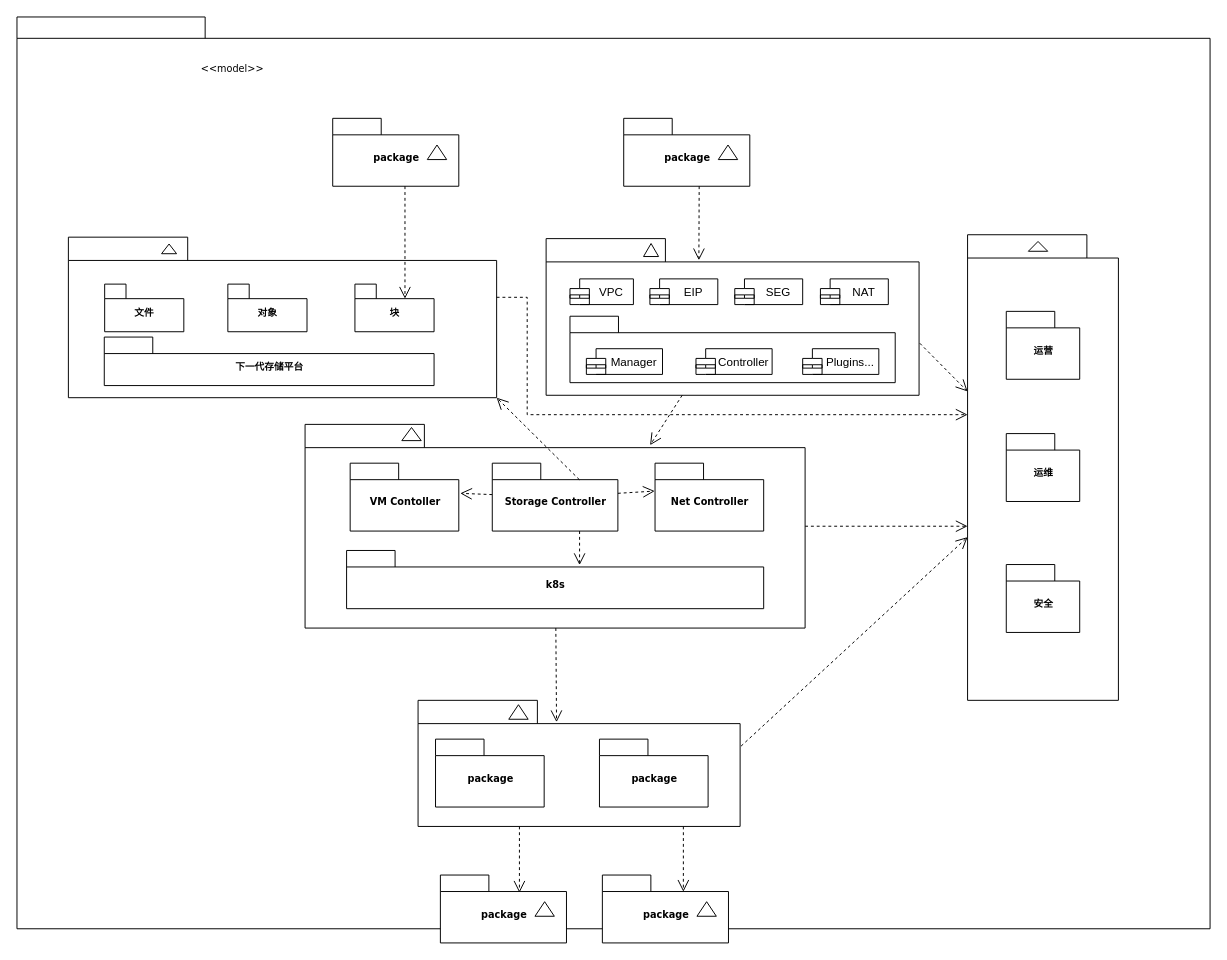
Before: Untitled Diagram.drawio in superleo/book, a draw.io diagram. Source tidied: cells renumbered, new cells numbered last; positions are measured from the earlier drawing's top-left corner, leaving out a move shared by most shapes. Both pictures are drawn from the tidied source at 97%, with x=0, y=0 at pixel (16, 16).
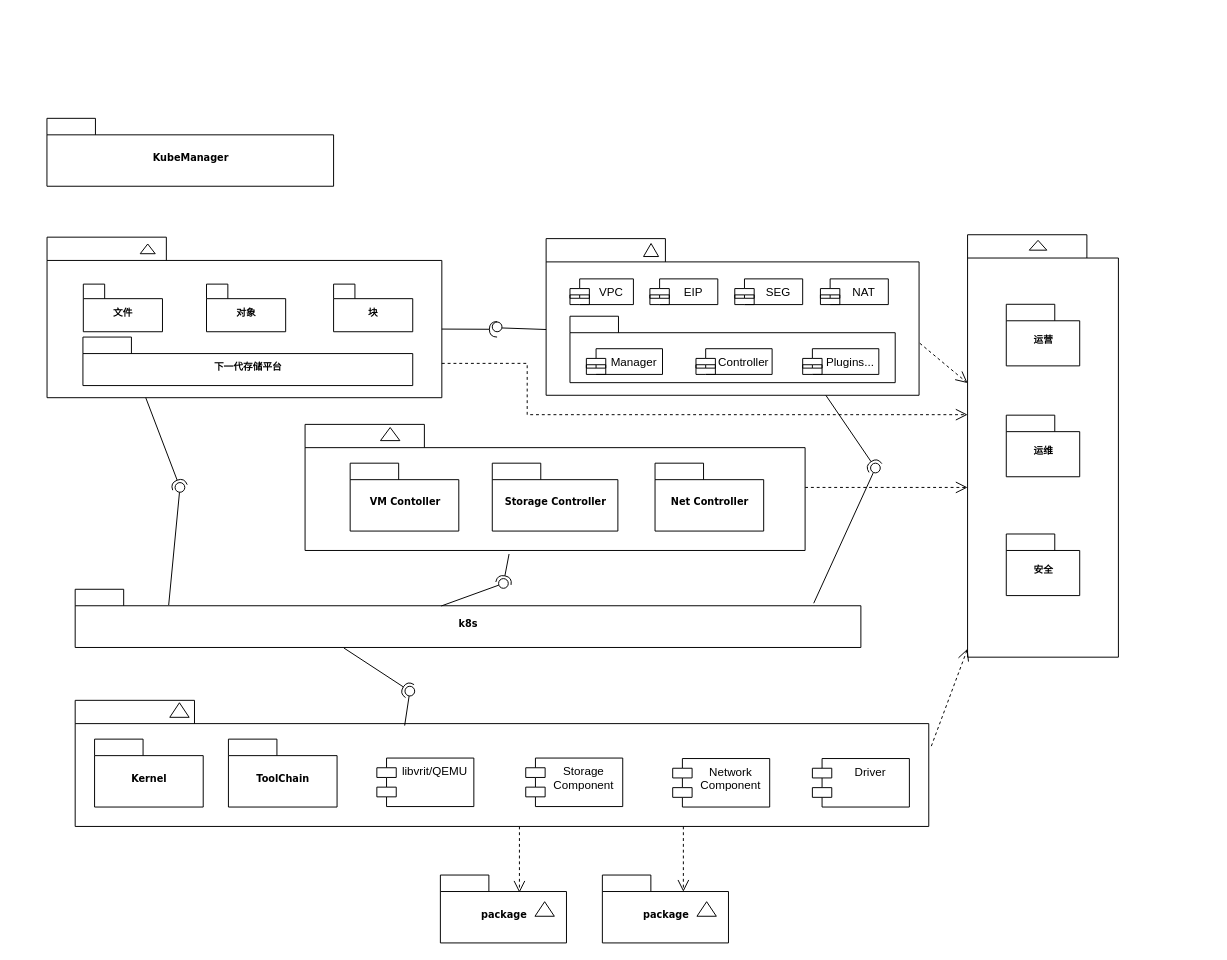
The same diagram, later.

Unchanged cells that the change refers to:
```xml
<mxCell id="15" value="块" style="shape=folder;fontStyle=1;spacingTop=10;tabWidth=22;tabHeight=15;tabPosition=left;html=1;rounded=0;shadow=0;comic=0;labelBackgroundColor=none;strokeWidth=1;fontFamily=Verdana;fontSize=10;align=center;" parent="9" vertex="1">
  <mxGeometry x="288.4" y="50.9" width="81.6" height="49.1" as="geometry" />
</mxCell>
<mxCell id="17" style="shape=folder;fontStyle=1;spacingTop=10;tabWidth=123;tabHeight=24;tabPosition=left;html=1;rounded=0;shadow=0;comic=0;labelBackgroundColor=none;strokeWidth=1;fontFamily=Verdana;fontSize=10;align=center;" parent="16" vertex="1">
  <mxGeometry width="384.5" height="161.5" as="geometry" />
</mxCell>
<mxCell id="40" value="Storage Controller" style="shape=folder;fontStyle=1;spacingTop=10;tabWidth=50;tabHeight=17;tabPosition=left;html=1;rounded=0;shadow=0;comic=0;labelBackgroundColor=none;strokeColor=#000000;strokeWidth=1;fillColor=#ffffff;fontFamily=Verdana;fontSize=10;fontColor=#000000;align=center;" parent="1" vertex="1">
  <mxGeometry x="490" y="460" width="129.5" height="70" as="geometry" />
</mxCell>
<mxCell id="41" value="VM Contoller" style="shape=folder;fontStyle=1;spacingTop=10;tabWidth=50;tabHeight=17;tabPosition=left;html=1;rounded=0;shadow=0;comic=0;labelBackgroundColor=none;strokeColor=#000000;strokeWidth=1;fillColor=#ffffff;fontFamily=Verdana;fontSize=10;fontColor=#000000;align=center;" parent="1" vertex="1">
  <mxGeometry x="343.5" y="460" width="112" height="70" as="geometry" />
</mxCell>
<mxCell id="43" value="Net Controller" style="shape=folder;fontStyle=1;spacingTop=10;tabWidth=50;tabHeight=17;tabPosition=left;html=1;rounded=0;shadow=0;comic=0;labelBackgroundColor=none;strokeColor=#000000;strokeWidth=1;fillColor=#ffffff;fontFamily=Verdana;fontSize=10;fontColor=#000000;align=center;" parent="1" vertex="1">
  <mxGeometry x="657.8" y="460" width="112" height="70" as="geometry" />
</mxCell>
```

Diff of the diagram source:
```diff
@@
-    <mxCell id="2" style="shape=folder;fontStyle=1;spacingTop=10;tabWidth=194;tabHeight=22;tabPosition=left;html=1;rounded=0;shadow=0;comic=0;labelBackgroundColor=none;strokeWidth=1;fillColor=none;fontFamily=Verdana;fontSize=10;align=center;" parent="1" vertex="1">
-      <mxGeometry width="1230" height="940" as="geometry" />
-    </mxCell>
     <mxCell id="3" style="group;" parent="1" vertex="1">
-      <mxGeometry x="325.5" y="104.5" width="130" height="70" as="geometry" />
+      <mxGeometry x="30.9" y="104.5" width="295.5" height="70" as="geometry" />
     </mxCell>
-    <mxCell id="4" value="package" style="shape=folder;fontStyle=1;spacingTop=10;tabWidth=50;tabHeight=17;tabPosition=left;html=1;rounded=0;shadow=0;comic=0;labelBackgroundColor=none;strokeWidth=1;fontFamily=Verdana;fontSize=10;align=center;" parent="3" vertex="1">
-      <mxGeometry width="130" height="70" as="geometry" />
+    <mxCell id="4" value="KubeManager" style="shape=folder;fontStyle=1;spacingTop=10;tabWidth=50;tabHeight=17;tabPosition=left;html=1;rounded=0;shadow=0;comic=0;labelBackgroundColor=none;strokeWidth=1;fontFamily=Verdana;fontSize=10;align=center;" parent="3" vertex="1">
+      <mxGeometry width="295.5" height="70" as="geometry" />
     </mxCell>
-    <mxCell id="5" style="triangle;whiteSpace=wrap;html=1;rounded=0;shadow=0;comic=0;labelBackgroundColor=none;strokeWidth=1;fontFamily=Verdana;fontSize=10;align=center;rotation=-90;" parent="3" vertex="1">
-      <mxGeometry x="100" y="25" width="15" height="20" as="geometry" />
-    </mxCell>
-    <mxCell id="6" style="group;" parent="1" vertex="1">
-      <mxGeometry x="625.5" y="104.5" width="130" height="70" as="geometry" />
-    </mxCell>
-    <mxCell id="7" value="package" style="shape=folder;fontStyle=1;spacingTop=10;tabWidth=50;tabHeight=17;tabPosition=left;html=1;rounded=0;shadow=0;comic=0;labelBackgroundColor=none;strokeWidth=1;fontFamily=Verdana;fontSize=10;align=center;" parent="6" vertex="1">
-      <mxGeometry width="130" height="70" as="geometry" />
-    </mxCell>
-    <mxCell id="8" style="triangle;whiteSpace=wrap;html=1;rounded=0;shadow=0;comic=0;labelBackgroundColor=none;strokeWidth=1;fontFamily=Verdana;fontSize=10;align=center;rotation=-90;" parent="6" vertex="1">
-      <mxGeometry x="100" y="25" width="15" height="20" as="geometry" />
-    </mxCell>
     <mxCell id="9" style="group;" parent="1" vertex="1">
-      <mxGeometry x="60" y="224.5" width="441.5" height="165.5" as="geometry" />
+      <mxGeometry x="38" y="224.5" width="462" height="168.1" as="geometry" />
     </mxCell>
     <mxCell id="10" style="shape=folder;fontStyle=1;spacingTop=10;tabWidth=123;tabHeight=24;tabPosition=left;html=1;rounded=0;shadow=0;comic=0;labelBackgroundColor=none;strokeWidth=1;fontFamily=Verdana;fontSize=10;align=center;" parent="9" vertex="1">
-      <mxGeometry x="-7" y="2.5" width="441.5" height="165.5" as="geometry" />
+      <mxGeometry x="-7" y="2.5" width="407" height="165.5" as="geometry" />
     </mxCell>
@@
+    <mxCell id="65" style="rounded=0;jettySize=auto;html=1;endArrow=halfCircle;endFill=0;endSize=6;strokeWidth=1;exitX=0;exitY=0;exitDx=407;exitDy=94.74999999999999;exitPerimeter=0;" parent="9" edge="1" source="10">
+      <mxGeometry relative="1" as="geometry">
+        <mxPoint x="457" y="97.5" as="targetPoint" />
+      </mxGeometry>
+    </mxCell>
+    <mxCell id="66" style="ellipse;whiteSpace=wrap;html=1;fontFamily=Helvetica;fontSize=12;fontColor=#000000;align=center;strokeColor=#000000;fillColor=#ffffff;" parent="9" vertex="1">
+      <mxGeometry x="452" y="90" width="10" height="10" as="geometry" />
+    </mxCell>
@@
     <mxCell id="27" style="group;" parent="1" vertex="1">
-      <mxGeometry x="980" y="224.5" width="155.5" height="480" as="geometry" />
+      <mxGeometry x="980" y="224.5" width="155.5" height="435.5" as="geometry" />
     </mxCell>
     <mxCell id="28" style="group;" parent="27" vertex="1">
-      <mxGeometry width="155.5" height="480" as="geometry" />
+      <mxGeometry width="155.5" height="435.5" as="geometry" />
     </mxCell>
     <mxCell id="29" style="shape=folder;fontStyle=1;spacingTop=10;tabWidth=123;tabHeight=24;tabPosition=left;html=1;rounded=0;shadow=0;comic=0;labelBackgroundColor=none;strokeWidth=1;fontFamily=Verdana;fontSize=10;align=center;" parent="28" vertex="1">
-      <mxGeometry width="155.5" height="480" as="geometry" />
+      <mxGeometry width="155.5" height="435.5" as="geometry" />
     </mxCell>
     <mxCell id="30" style="triangle;whiteSpace=wrap;html=1;rounded=0;shadow=0;comic=0;labelBackgroundColor=none;strokeWidth=1;fontFamily=Verdana;fontSize=10;align=center;rotation=-90;" parent="28" vertex="1">
-      <mxGeometry x="67.6" y="2" width="10.1" height="20" as="geometry" />
+      <mxGeometry x="67.6" y="1.8" width="10.1" height="18.1" as="geometry" />
     </mxCell>
     <mxCell id="31" value="运营" style="shape=folder;fontStyle=1;spacingTop=10;tabWidth=50;tabHeight=17;tabPosition=left;html=1;rounded=0;shadow=0;comic=0;labelBackgroundColor=none;strokeWidth=1;fontFamily=Verdana;fontSize=10;align=center;" parent="28" vertex="1">
-      <mxGeometry x="39.9" y="79" width="75.7" height="70" as="geometry" />
+      <mxGeometry x="39.9" y="71.7" width="75.7" height="63.5" as="geometry" />
     </mxCell>
     <mxCell id="32" value="运维" style="shape=folder;fontStyle=1;spacingTop=10;tabWidth=50;tabHeight=17;tabPosition=left;html=1;rounded=0;shadow=0;comic=0;labelBackgroundColor=none;strokeWidth=1;fontFamily=Verdana;fontSize=10;align=center;" parent="28" vertex="1">
-      <mxGeometry x="39.9" y="205" width="75.7" height="70" as="geometry" />
+      <mxGeometry x="39.9" y="186" width="75.7" height="63.5" as="geometry" />
     </mxCell>
     <mxCell id="33" value="安全" style="shape=folder;fontStyle=1;spacingTop=10;tabWidth=50;tabHeight=17;tabPosition=left;html=1;rounded=0;shadow=0;comic=0;labelBackgroundColor=none;strokeWidth=1;fontFamily=Verdana;fontSize=10;align=center;" parent="28" vertex="1">
-      <mxGeometry x="39.9" y="340" width="75.7" height="70" as="geometry" />
+      <mxGeometry x="39.9" y="308.5" width="75.7" height="63.5" as="geometry" />
     </mxCell>
-    <mxCell id="34" style="edgeStyle=none;rounded=0;html=1;entryX=0.43;entryY=0.173;entryPerimeter=0;dashed=1;labelBackgroundColor=none;startFill=0;endArrow=open;endFill=0;endSize=10;fontFamily=Verdana;fontSize=10;" parent="1" edge="1" source="36" target="47">
-      <mxGeometry relative="1" as="geometry" />
-    </mxCell>
@@
     <mxCell id="36" style="shape=folder;fontStyle=1;spacingTop=10;tabWidth=123;tabHeight=24;tabPosition=left;html=1;rounded=0;shadow=0;comic=0;labelBackgroundColor=none;strokeColor=#000000;strokeWidth=1;fillColor=#ffffff;fontFamily=Verdana;fontSize=10;fontColor=#000000;align=center;" parent="1" vertex="1">
-      <mxGeometry x="297" y="420" width="515.5" height="210" as="geometry" />
+      <mxGeometry x="297" y="420" width="515.5" height="130" as="geometry" />
     </mxCell>
-    <mxCell id="37" style="edgeStyle=elbowEdgeStyle;rounded=0;html=1;entryX=0.559;entryY=0.251;entryPerimeter=0;dashed=1;labelBackgroundColor=none;startFill=0;endArrow=open;endFill=0;endSize=10;fontFamily=Verdana;fontSize=10;" parent="1" edge="1" source="40" target="42">
-      <mxGeometry relative="1" as="geometry" />
-    </mxCell>
-    <mxCell id="38" style="edgeStyle=none;rounded=0;html=1;dashed=1;labelBackgroundColor=none;startFill=0;endArrow=open;endFill=0;endSize=10;fontFamily=Verdana;fontSize=10;entryX=-0.003;entryY=0.411;entryPerimeter=0;" parent="1" edge="1" source="40" target="43">
-      <mxGeometry relative="1" as="geometry" />
-    </mxCell>
-    <mxCell id="39" style="edgeStyle=none;rounded=0;html=1;dashed=1;labelBackgroundColor=none;startFill=0;endArrow=open;endFill=0;endSize=10;fontFamily=Verdana;fontSize=10;entryX=1.013;entryY=0.444;entryPerimeter=0;" parent="1" edge="1" source="40" target="41">
-      <mxGeometry relative="1" as="geometry" />
-    </mxCell>
@@
-    <mxCell id="42" value="k8s" style="shape=folder;fontStyle=1;spacingTop=10;tabWidth=50;tabHeight=17;tabPosition=left;html=1;rounded=0;shadow=0;comic=0;labelBackgroundColor=none;strokeColor=#000000;strokeWidth=1;fillColor=#ffffff;fontFamily=Verdana;fontSize=10;fontColor=#000000;align=center;" parent="1" vertex="1">
-      <mxGeometry x="339.8" y="550" width="430" height="60" as="geometry" />
-    </mxCell>
@@
     <mxCell id="47" style="shape=folder;fontStyle=1;spacingTop=10;tabWidth=123;tabHeight=24;tabPosition=left;html=1;rounded=0;shadow=0;comic=0;labelBackgroundColor=none;strokeWidth=1;fontFamily=Verdana;fontSize=10;align=center;" parent="1" vertex="1">
-      <mxGeometry x="413.5" y="704.5" width="332" height="130" as="geometry" />
+      <mxGeometry x="60" y="704.5" width="880" height="130" as="geometry" />
     </mxCell>
     <mxCell id="48" style="triangle;whiteSpace=wrap;html=1;rounded=0;shadow=0;comic=0;labelBackgroundColor=none;strokeWidth=1;fontFamily=Verdana;fontSize=10;align=center;rotation=-90;" parent="1" vertex="1">
-      <mxGeometry x="509.5" y="706.5" width="15" height="20" as="geometry" />
+      <mxGeometry x="160" y="704.5" width="15" height="20" as="geometry" />
     </mxCell>
-    <mxCell id="49" value="package" style="shape=folder;fontStyle=1;spacingTop=10;tabWidth=50;tabHeight=17;tabPosition=left;html=1;rounded=0;shadow=0;comic=0;labelBackgroundColor=none;strokeWidth=1;fontFamily=Verdana;fontSize=10;align=center;" parent="1" vertex="1">
-      <mxGeometry x="431.5" y="744.5" width="112" height="70" as="geometry" />
+    <mxCell id="49" value="Kernel" style="shape=folder;fontStyle=1;spacingTop=10;tabWidth=50;tabHeight=17;tabPosition=left;html=1;rounded=0;shadow=0;comic=0;labelBackgroundColor=none;strokeWidth=1;fontFamily=Verdana;fontSize=10;align=center;" parent="1" vertex="1">
+      <mxGeometry x="80" y="744.5" width="112" height="70" as="geometry" />
     </mxCell>
-    <mxCell id="50" value="package" style="shape=folder;fontStyle=1;spacingTop=10;tabWidth=50;tabHeight=17;tabPosition=left;html=1;rounded=0;shadow=0;comic=0;labelBackgroundColor=none;strokeWidth=1;fontFamily=Verdana;fontSize=10;align=center;" parent="1" vertex="1">
-      <mxGeometry x="600.5" y="744.5" width="112" height="70" as="geometry" />
+    <mxCell id="50" value="ToolChain" style="shape=folder;fontStyle=1;spacingTop=10;tabWidth=50;tabHeight=17;tabPosition=left;html=1;rounded=0;shadow=0;comic=0;labelBackgroundColor=none;strokeWidth=1;fontFamily=Verdana;fontSize=10;align=center;" parent="1" vertex="1">
+      <mxGeometry x="218" y="744.5" width="112" height="70" as="geometry" />
     </mxCell>
     <mxCell id="51" style="triangle;whiteSpace=wrap;html=1;rounded=0;shadow=0;comic=0;labelBackgroundColor=none;strokeColor=#000000;strokeWidth=1;fillColor=#ffffff;fontFamily=Verdana;fontSize=10;fontColor=#000000;align=center;rotation=-90;" parent="1" vertex="1">
-      <mxGeometry x="400" y="420" width="13.5" height="20" as="geometry" />
+      <mxGeometry x="378" y="420" width="13.5" height="20" as="geometry" />
     </mxCell>
@@
-    <mxCell id="58" style="rounded=0;html=1;dashed=1;labelBackgroundColor=none;startFill=0;endArrow=open;endFill=0;endSize=10;fontFamily=Verdana;fontSize=10;entryX=0;entryY=0;entryPerimeter=0;edgeStyle=elbowEdgeStyle;entryDx=51.809999999999995;entryDy=15;" parent="1" edge="1" source="4" target="15">
-      <mxGeometry relative="1" as="geometry" />
-    </mxCell>
-    <mxCell id="59" style="rounded=0;html=1;dashed=1;labelBackgroundColor=none;startFill=0;endArrow=open;endFill=0;endSize=10;fontFamily=Verdana;fontSize=10;entryX=0.592;entryY=0.2;entryPerimeter=0;edgeStyle=elbowEdgeStyle;" parent="1" edge="1">
-      <mxGeometry relative="1" as="geometry">
-        <mxPoint x="703.3" y="174.5" as="sourcePoint" />
-        <mxPoint x="703.3" y="250.8" as="targetPoint" />
-      </mxGeometry>
-    </mxCell>
-    <mxCell id="60" style="rounded=0;html=1;entryX=0;entryY=0;entryPerimeter=0;dashed=1;labelBackgroundColor=none;startFill=0;endArrow=open;endFill=0;endSize=10;fontFamily=Verdana;fontSize=10;exitX=0;exitY=0;exitDx=89.75;exitDy=17;exitPerimeter=0;entryDx=441.5;entryDy=165.49999999999997;" parent="1" edge="1" source="40" target="10">
-      <mxGeometry relative="1" as="geometry" />
-    </mxCell>
-    <mxCell id="61" style="edgeStyle=none;rounded=0;html=1;entryX=0.69;entryY=0.102;entryPerimeter=0;dashed=1;labelBackgroundColor=none;startFill=0;endArrow=open;endFill=0;endSize=10;fontFamily=Verdana;fontSize=10;" parent="1" edge="1" source="17" target="36">
-      <mxGeometry relative="1" as="geometry" />
-    </mxCell>
@@
-    <mxCell id="63" style="edgeStyle=orthogonalEdgeStyle;rounded=0;html=1;dashed=1;labelBackgroundColor=none;startFill=0;endArrow=open;endFill=0;endSize=10;fontFamily=Verdana;fontSize=10;" parent="1" edge="1" source="10" target="29">
+    <mxCell id="63" style="edgeStyle=orthogonalEdgeStyle;rounded=0;html=1;dashed=1;labelBackgroundColor=none;startFill=0;endArrow=open;endFill=0;endSize=10;fontFamily=Verdana;fontSize=10;exitX=0;exitY=0;exitDx=407;exitDy=130.12499999999997;exitPerimeter=0;" parent="1" edge="1" source="10" target="29">
       <mxGeometry relative="1" as="geometry">
         <Array as="points">
-          <mxPoint x="526" y="289" />
+          <mxPoint x="526" y="357" />
           <mxPoint x="526" y="410" />
         </Array>
       </mxGeometry>
     </mxCell>
-    <mxCell id="64" value="&amp;lt;&amp;lt;model&amp;gt;&amp;gt;" style="text;html=1;align=left;verticalAlign=top;spacingTop=-4;fontSize=10;fontFamily=Verdana;" parent="1" vertex="1">
-      <mxGeometry x="187.5" y="44.5" width="130" height="20" as="geometry" />
-    </mxCell>
+    <mxCell id="42" value="k8s" style="shape=folder;fontStyle=1;spacingTop=10;tabWidth=50;tabHeight=17;tabPosition=left;html=1;rounded=0;shadow=0;comic=0;labelBackgroundColor=none;strokeColor=#000000;strokeWidth=1;fillColor=#ffffff;fontFamily=Verdana;fontSize=10;fontColor=#000000;align=center;" parent="1" vertex="1">
+      <mxGeometry x="60" y="590" width="810" height="60" as="geometry" />
+    </mxCell>
+    <mxCell id="67" style="rounded=0;jettySize=auto;html=1;endArrow=none;endFill=0;exitX=0.466;exitY=0.287;exitDx=0;exitDy=0;exitPerimeter=0;" parent="1" edge="1" source="42" target="69">
+      <mxGeometry relative="1" as="geometry" />
+    </mxCell>
+    <mxCell id="68" style="rounded=0;jettySize=auto;html=1;endArrow=halfCircle;endFill=0;entryX=0.5;entryY=0.5;entryDx=0;entryDy=0;endSize=6;strokeWidth=1;exitX=0.408;exitY=1.028;exitDx=0;exitDy=0;exitPerimeter=0;" parent="1" edge="1" source="36" target="69">
+      <mxGeometry relative="1" as="geometry" />
+    </mxCell>
+    <mxCell id="69" style="ellipse;whiteSpace=wrap;html=1;fontFamily=Helvetica;fontSize=12;fontColor=#000000;align=center;strokeColor=#000000;fillColor=#ffffff;points=[];" parent="1" vertex="1">
+      <mxGeometry x="496.5" y="579" width="10" height="10" as="geometry" />
+    </mxCell>
+    <mxCell id="70" value="libvrit/QEMU" style="shape=module;align=left;spacingLeft=20;align=center;verticalAlign=top;" parent="1" vertex="1">
+      <mxGeometry x="371" y="764" width="100" height="50" as="geometry" />
+    </mxCell>
+    <mxCell id="71" value="Storage&#10;Component" style="shape=module;align=left;spacingLeft=20;align=center;verticalAlign=top;" parent="1" vertex="1">
+      <mxGeometry x="524.5" y="764" width="100" height="50" as="geometry" />
+    </mxCell>
+    <mxCell id="72" value="Network&#10;Component" style="shape=module;align=left;spacingLeft=20;align=center;verticalAlign=top;" parent="1" vertex="1">
+      <mxGeometry x="676" y="764.5" width="100" height="50" as="geometry" />
+    </mxCell>
+    <mxCell id="73" value="Driver" style="shape=module;align=left;spacingLeft=20;align=center;verticalAlign=top;" parent="1" vertex="1">
+      <mxGeometry x="820" y="764.5" width="100" height="50" as="geometry" />
+    </mxCell>
+    <mxCell id="74" style="rounded=0;jettySize=auto;html=1;endArrow=none;endFill=0;exitX=0.386;exitY=0.2;exitDx=0;exitDy=0;exitPerimeter=0;" parent="1" edge="1" source="47" target="76">
+      <mxGeometry relative="1" as="geometry" />
+    </mxCell>
+    <mxCell id="75" style="rounded=0;jettySize=auto;html=1;endArrow=halfCircle;endFill=0;entryX=0.5;entryY=0.5;entryDx=0;entryDy=0;endSize=6;strokeWidth=1;exitX=0.342;exitY=1.009;exitDx=0;exitDy=0;exitPerimeter=0;" parent="1" edge="1" source="42" target="76">
+      <mxGeometry relative="1" as="geometry" />
+    </mxCell>
+    <mxCell id="76" style="ellipse;whiteSpace=wrap;html=1;fontFamily=Helvetica;fontSize=12;fontColor=#000000;align=center;strokeColor=#000000;fillColor=#ffffff;points=[];" parent="1" vertex="1">
+      <mxGeometry x="400" y="690" width="10" height="10" as="geometry" />
+    </mxCell>
+    <mxCell id="77" style="rounded=0;jettySize=auto;html=1;endArrow=none;endFill=0;exitX=0.119;exitY=0.272;exitDx=0;exitDy=0;exitPerimeter=0;" parent="1" edge="1" source="42" target="79">
+      <mxGeometry relative="1" as="geometry" />
+    </mxCell>
+    <mxCell id="78" style="rounded=0;jettySize=auto;html=1;endArrow=halfCircle;endFill=0;entryX=0.5;entryY=0.5;entryDx=0;entryDy=0;endSize=6;strokeWidth=1;exitX=0.25;exitY=1;exitDx=0;exitDy=0;exitPerimeter=0;" parent="1" edge="1" source="10" target="79">
+      <mxGeometry relative="1" as="geometry" />
+    </mxCell>
+    <mxCell id="79" style="ellipse;whiteSpace=wrap;html=1;fontFamily=Helvetica;fontSize=12;fontColor=#000000;align=center;strokeColor=#000000;fillColor=#ffffff;points=[];" parent="1" vertex="1">
+      <mxGeometry x="163" y="480" width="10" height="10" as="geometry" />
+    </mxCell>
+    <mxCell id="80" style="rounded=0;jettySize=auto;html=1;endArrow=none;endFill=0;exitX=0.94;exitY=0.24;exitDx=0;exitDy=0;exitPerimeter=0;" parent="1" edge="1" source="42" target="82">
+      <mxGeometry relative="1" as="geometry" />
+    </mxCell>
+    <mxCell id="81" style="rounded=0;jettySize=auto;html=1;endArrow=halfCircle;endFill=0;entryX=0.5;entryY=0.5;entryDx=0;entryDy=0;endSize=6;strokeWidth=1;exitX=0.75;exitY=1;exitDx=0;exitDy=0;exitPerimeter=0;" parent="1" edge="1" source="17" target="82">
+      <mxGeometry relative="1" as="geometry" />
+    </mxCell>
+    <mxCell id="82" style="ellipse;whiteSpace=wrap;html=1;fontFamily=Helvetica;fontSize=12;fontColor=#000000;align=center;strokeColor=#000000;fillColor=#ffffff;points=[];" parent="1" vertex="1">
+      <mxGeometry x="880" y="460" width="10" height="10" as="geometry" />
+    </mxCell>
+    <mxCell id="83" style="rounded=0;orthogonalLoop=1;jettySize=auto;html=1;endArrow=none;endFill=0;exitX=0;exitY=0;exitDx=0;exitDy=92.75;exitPerimeter=0;" parent="1" edge="1">
+      <mxGeometry relative="1" as="geometry">
+        <mxPoint x="545.5" y="322.2" as="sourcePoint" />
+        <mxPoint x="500" y="320.6" as="targetPoint" />
+      </mxGeometry>
+    </mxCell>
```
